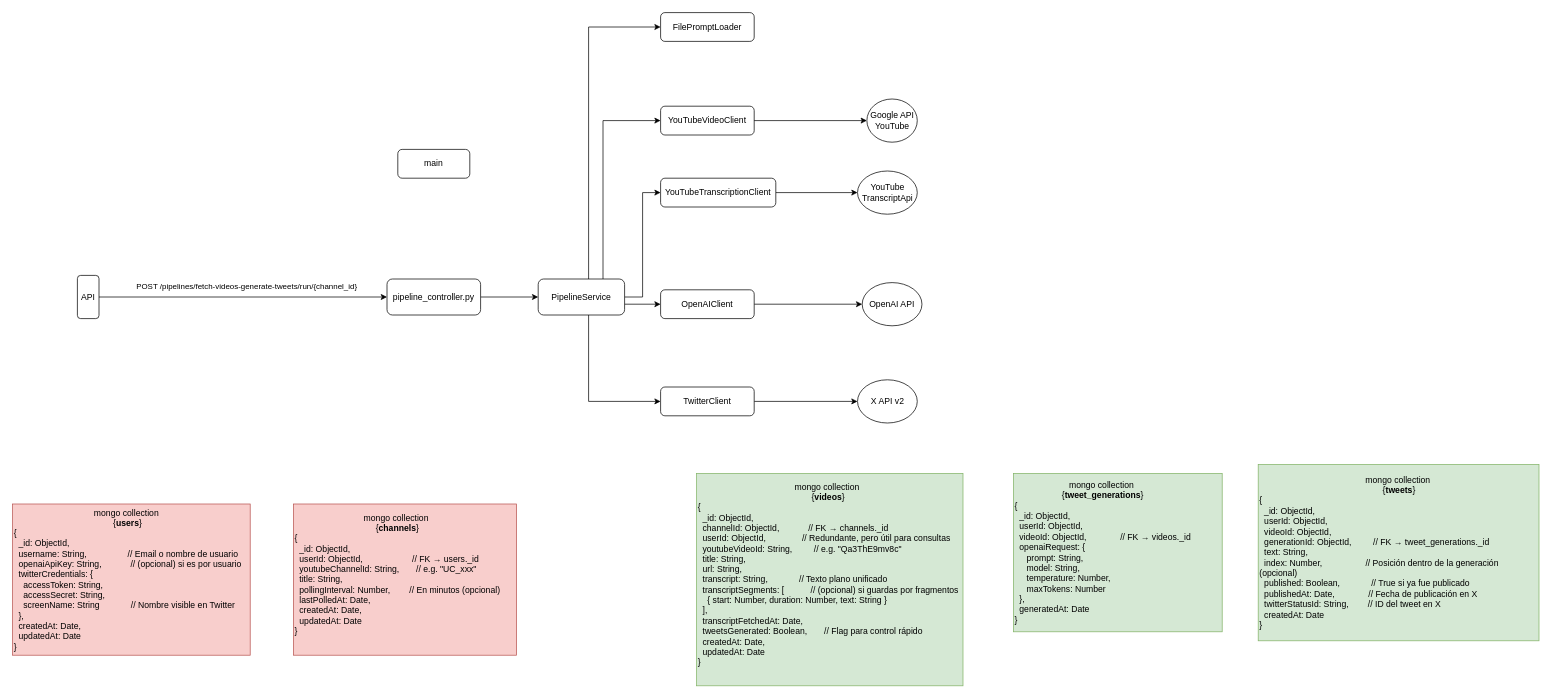
Before: sw_architecture.drawio in nicolasdiez/video2text, a draw.io diagram. Source tidied: cells renumbered, new cells numbered last; positions are measured from the earlier drawing's top-left corner, leaving out a move shared by most shapes. Both pictures are drawn from the tidied source at 72%, with x=0, y=0 at pixel (12, 12).
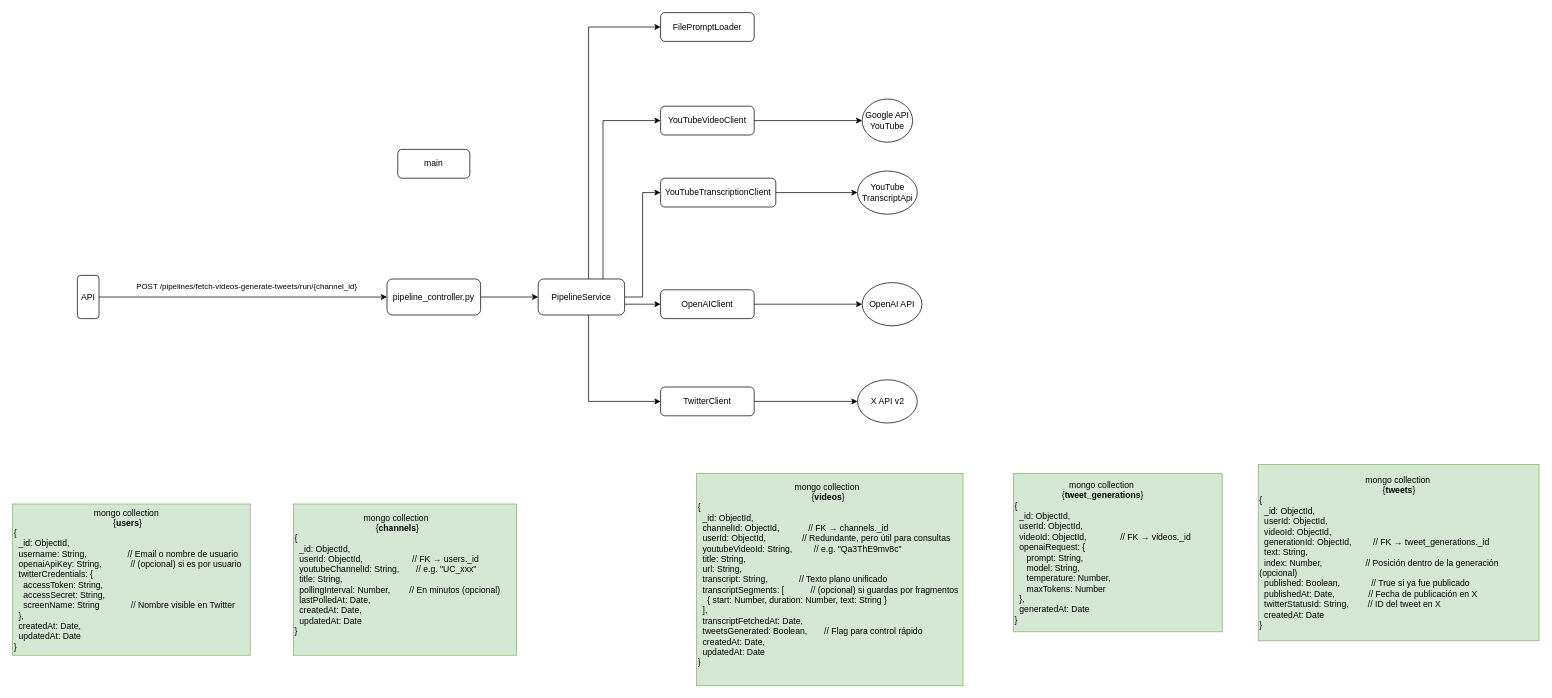
The same diagram, later.

Diff of the diagram source:
```diff
@@
     <mxCell id="19" value="Google API YouTube" style="ellipse;whiteSpace=wrap;html=1;" parent="1" vertex="1">
-      <mxGeometry x="1186.5" y="120" width="70" height="60" as="geometry" />
+      <mxGeometry x="1180" y="120" width="70" height="60" as="geometry" />
     </mxCell>
@@
-    <mxCell id="27" value="&lt;div style=&quot;text-align: center;&quot;&gt;&lt;span style=&quot;background-color: transparent; color: light-dark(rgb(0, 0, 0), rgb(255, 255, 255));&quot;&gt;mongo collection&amp;nbsp;&lt;/span&gt;&lt;/div&gt;&lt;div style=&quot;text-align: center;&quot;&gt;&lt;span style=&quot;background-color: transparent; color: light-dark(rgb(0, 0, 0), rgb(255, 255, 255));&quot;&gt;{&lt;b&gt;users&lt;/b&gt;}&lt;/span&gt;&lt;/div&gt;&lt;div&gt;&lt;div&gt;{&lt;/div&gt;&lt;div&gt;&amp;nbsp; _id: ObjectId,&lt;/div&gt;&lt;div&gt;&amp;nbsp; username: String,&amp;nbsp; &amp;nbsp; &amp;nbsp; &amp;nbsp; &amp;nbsp; &amp;nbsp; &amp;nbsp; &amp;nbsp; &amp;nbsp;// Email o nombre de usuario&lt;/div&gt;&lt;div&gt;&amp;nbsp; openaiApiKey: String,&amp;nbsp; &amp;nbsp; &amp;nbsp; &amp;nbsp; &amp;nbsp; &amp;nbsp; // (opcional) si es por usuario&lt;/div&gt;&lt;div&gt;&amp;nbsp; twitterCredentials: {&lt;/div&gt;&lt;div&gt;&amp;nbsp; &amp;nbsp; accessToken: String,&lt;/div&gt;&lt;div&gt;&amp;nbsp; &amp;nbsp; accessSecret: String,&lt;/div&gt;&lt;div&gt;&amp;nbsp; &amp;nbsp; screenName: String&amp;nbsp; &amp;nbsp; &amp;nbsp; &amp;nbsp; &amp;nbsp; &amp;nbsp; &amp;nbsp;// Nombre visible en Twitter&lt;/div&gt;&lt;div&gt;&amp;nbsp; },&lt;/div&gt;&lt;div&gt;&amp;nbsp; createdAt: Date,&lt;/div&gt;&lt;div&gt;&amp;nbsp; updatedAt: Date&lt;/div&gt;&lt;div&gt;}&lt;/div&gt;&lt;/div&gt;" style="rounded=0;html=1;align=left;whiteSpace=wrap;fillColor=#f8cecc;strokeColor=#b85450;" parent="1" vertex="1">
+    <mxCell id="27" value="&lt;div style=&quot;text-align: center;&quot;&gt;&lt;span style=&quot;background-color: transparent; color: light-dark(rgb(0, 0, 0), rgb(255, 255, 255));&quot;&gt;mongo collection&amp;nbsp;&lt;/span&gt;&lt;/div&gt;&lt;div style=&quot;text-align: center;&quot;&gt;&lt;span style=&quot;background-color: transparent; color: light-dark(rgb(0, 0, 0), rgb(255, 255, 255));&quot;&gt;{&lt;b&gt;users&lt;/b&gt;}&lt;/span&gt;&lt;/div&gt;&lt;div&gt;&lt;div&gt;{&lt;/div&gt;&lt;div&gt;&amp;nbsp; _id: ObjectId,&lt;/div&gt;&lt;div&gt;&amp;nbsp; username: String,&amp;nbsp; &amp;nbsp; &amp;nbsp; &amp;nbsp; &amp;nbsp; &amp;nbsp; &amp;nbsp; &amp;nbsp; &amp;nbsp;// Email o nombre de usuario&lt;/div&gt;&lt;div&gt;&amp;nbsp; openaiApiKey: String,&amp;nbsp; &amp;nbsp; &amp;nbsp; &amp;nbsp; &amp;nbsp; &amp;nbsp; // (opcional) si es por usuario&lt;/div&gt;&lt;div&gt;&amp;nbsp; twitterCredentials: {&lt;/div&gt;&lt;div&gt;&amp;nbsp; &amp;nbsp; accessToken: String,&lt;/div&gt;&lt;div&gt;&amp;nbsp; &amp;nbsp; accessSecret: String,&lt;/div&gt;&lt;div&gt;&amp;nbsp; &amp;nbsp; screenName: String&amp;nbsp; &amp;nbsp; &amp;nbsp; &amp;nbsp; &amp;nbsp; &amp;nbsp; &amp;nbsp;// Nombre visible en Twitter&lt;/div&gt;&lt;div&gt;&amp;nbsp; },&lt;/div&gt;&lt;div&gt;&amp;nbsp; createdAt: Date,&lt;/div&gt;&lt;div&gt;&amp;nbsp; updatedAt: Date&lt;/div&gt;&lt;div&gt;}&lt;/div&gt;&lt;/div&gt;" style="rounded=0;html=1;align=left;whiteSpace=wrap;fillColor=#d5e8d4;strokeColor=#82b366;" parent="1" vertex="1">
       <mxGeometry y="682.5" width="330" height="210" as="geometry" />
     </mxCell>
-    <mxCell id="28" value="&lt;div style=&quot;text-align: center;&quot;&gt;&lt;span style=&quot;background-color: transparent; color: light-dark(rgb(0, 0, 0), rgb(255, 255, 255));&quot;&gt;mongo collection&amp;nbsp;&lt;/span&gt;&lt;/div&gt;&lt;div style=&quot;text-align: center;&quot;&gt;&lt;span style=&quot;background-color: transparent; color: light-dark(rgb(0, 0, 0), rgb(255, 255, 255));&quot;&gt;{&lt;/span&gt;&lt;b&gt;channels&lt;/b&gt;&lt;span style=&quot;background-color: transparent; color: light-dark(rgb(0, 0, 0), rgb(255, 255, 255));&quot;&gt;}&lt;/span&gt;&lt;/div&gt;&lt;div&gt;&lt;div&gt;{&lt;/div&gt;&lt;div&gt;&amp;nbsp; _id: ObjectId,&lt;/div&gt;&lt;div&gt;&amp;nbsp; userId: ObjectId,&amp;nbsp; &amp;nbsp; &amp;nbsp; &amp;nbsp; &amp;nbsp; &amp;nbsp; &amp;nbsp; &amp;nbsp; &lt;span style=&quot;white-space: pre;&quot;&gt;&#9;&lt;/span&gt;&amp;nbsp;// FK → users._id&lt;/div&gt;&lt;div&gt;&amp;nbsp; youtubeChannelId: String,&amp;nbsp; &amp;nbsp; &amp;nbsp; &amp;nbsp;// e.g. &quot;UC_xxx&quot;&lt;/div&gt;&lt;div&gt;&amp;nbsp; title: String,&lt;/div&gt;&lt;div&gt;&amp;nbsp; pollingInterval: Number,&amp;nbsp; &amp;nbsp; &amp;nbsp; &amp;nbsp; // En minutos (opcional)&lt;/div&gt;&lt;div&gt;&amp;nbsp; lastPolledAt: Date,&lt;/div&gt;&lt;div&gt;&amp;nbsp; createdAt: Date,&lt;/div&gt;&lt;div&gt;&amp;nbsp; updatedAt: Date&lt;/div&gt;&lt;div&gt;}&lt;/div&gt;&lt;/div&gt;&lt;div&gt;&lt;br&gt;&lt;/div&gt;" style="rounded=0;whiteSpace=wrap;html=1;align=left;fillColor=#f8cecc;strokeColor=#b85450;" parent="1" vertex="1">
+    <mxCell id="28" value="&lt;div style=&quot;text-align: center;&quot;&gt;&lt;span style=&quot;background-color: transparent; color: light-dark(rgb(0, 0, 0), rgb(255, 255, 255));&quot;&gt;mongo collection&amp;nbsp;&lt;/span&gt;&lt;/div&gt;&lt;div style=&quot;text-align: center;&quot;&gt;&lt;span style=&quot;background-color: transparent; color: light-dark(rgb(0, 0, 0), rgb(255, 255, 255));&quot;&gt;{&lt;/span&gt;&lt;b&gt;channels&lt;/b&gt;&lt;span style=&quot;background-color: transparent; color: light-dark(rgb(0, 0, 0), rgb(255, 255, 255));&quot;&gt;}&lt;/span&gt;&lt;/div&gt;&lt;div&gt;&lt;div&gt;{&lt;/div&gt;&lt;div&gt;&amp;nbsp; _id: ObjectId,&lt;/div&gt;&lt;div&gt;&amp;nbsp; userId: ObjectId,&amp;nbsp; &amp;nbsp; &amp;nbsp; &amp;nbsp; &amp;nbsp; &amp;nbsp; &amp;nbsp; &amp;nbsp; &lt;span style=&quot;white-space: pre;&quot;&gt;&#9;&lt;/span&gt;&amp;nbsp;// FK → users._id&lt;/div&gt;&lt;div&gt;&amp;nbsp; youtubeChannelId: String,&amp;nbsp; &amp;nbsp; &amp;nbsp; &amp;nbsp;// e.g. &quot;UC_xxx&quot;&lt;/div&gt;&lt;div&gt;&amp;nbsp; title: String,&lt;/div&gt;&lt;div&gt;&amp;nbsp; pollingInterval: Number,&amp;nbsp; &amp;nbsp; &amp;nbsp; &amp;nbsp; // En minutos (opcional)&lt;/div&gt;&lt;div&gt;&amp;nbsp; lastPolledAt: Date,&lt;/div&gt;&lt;div&gt;&amp;nbsp; createdAt: Date,&lt;/div&gt;&lt;div&gt;&amp;nbsp; updatedAt: Date&lt;/div&gt;&lt;div&gt;}&lt;/div&gt;&lt;/div&gt;&lt;div&gt;&lt;br&gt;&lt;/div&gt;" style="rounded=0;whiteSpace=wrap;html=1;align=left;fillColor=#d5e8d4;strokeColor=#82b366;" parent="1" vertex="1">
       <mxGeometry x="390" y="682.5" width="310" height="210" as="geometry" />
     </mxCell>
```
